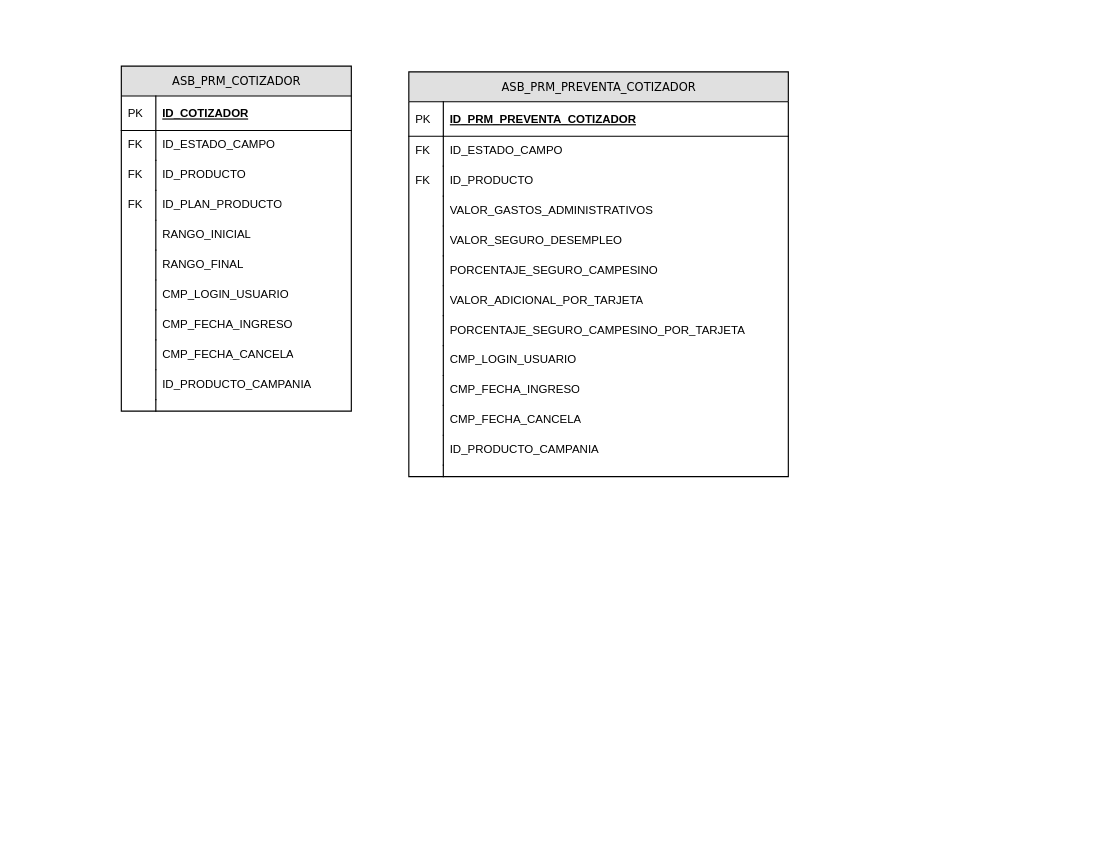
dmateoval/Diagramas keeps this draw.io diagram as Diagrama_ER_Cotizador.drawio. Above is the earlier version. Source tidied: cells renumbered, new cells numbered last; positions are measured from the earlier drawing's top-left corner, leaving out a move shared by most shapes. Both pictures are drawn from the tidied source at 115%, with x=0, y=0 at pixel (121, 66).
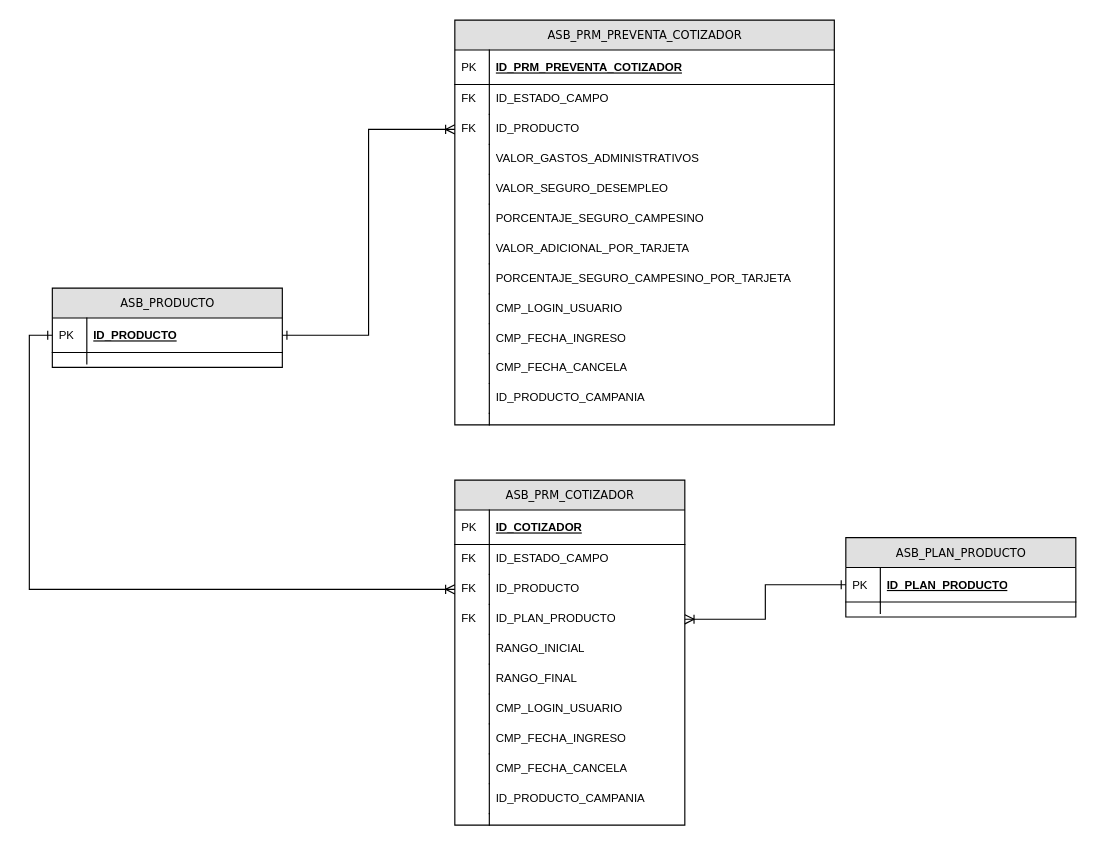
Above is the later version.

The change refers to these unchanged cells:
```xml
<mxCell id="7" value="ID_PRODUCTO" style="shape=partialRectangle;top=0;left=0;right=0;bottom=0;html=1;align=left;verticalAlign=top;fillColor=none;spacingLeft=34;spacingRight=4;whiteSpace=wrap;overflow=hidden;points=[[0,0.5],[1,0.5]];portConstraint=eastwest;fontSize=10;" parent="2" vertex="1">
  <mxGeometry y="82" width="200" height="26" as="geometry" />
</mxCell>
<mxCell id="9" value="ID_PLAN_PRODUCTO" style="shape=partialRectangle;top=0;left=0;right=0;bottom=0;html=1;align=left;verticalAlign=top;fillColor=none;spacingLeft=34;spacingRight=4;whiteSpace=wrap;overflow=hidden;points=[[0,0.5],[1,0.5]];portConstraint=eastwest;fontSize=10;" parent="2" vertex="1">
  <mxGeometry y="108" width="200" height="26" as="geometry" />
</mxCell>
<mxCell id="30" value="ID_PRODUCTO" style="shape=partialRectangle;top=0;left=0;right=0;bottom=0;html=1;align=left;verticalAlign=top;fillColor=none;spacingLeft=34;spacingRight=4;whiteSpace=wrap;overflow=hidden;points=[[0,0.5],[1,0.5]];portConstraint=eastwest;fontSize=10;" parent="25" vertex="1">
  <mxGeometry y="82" width="330" height="26" as="geometry" />
</mxCell>
```

Change to the diagram source:
```diff
@@
     <mxCell id="2" value="ASB_PRM_COTIZADOR" style="swimlane;html=1;fontStyle=0;horizontal=1;startSize=26;fillColor=#e0e0e0;swimlaneFillColor=#ffffff;align=center;rounded=0;shadow=0;comic=0;labelBackgroundColor=none;strokeWidth=1;fontFamily=Verdana;fontSize=10;" parent="1" vertex="1">
-      <mxGeometry width="200" height="300" as="geometry" />
+      <mxGeometry x="290" y="360" width="200" height="300" as="geometry" />
     </mxCell>
@@
     <mxCell id="25" value="ASB_PRM_PREVENTA_COTIZADOR" style="swimlane;html=1;fontStyle=0;horizontal=1;startSize=26;fillColor=#e0e0e0;swimlaneFillColor=#ffffff;align=center;rounded=0;shadow=0;comic=0;labelBackgroundColor=none;strokeWidth=1;fontFamily=Verdana;fontSize=10;" parent="1" vertex="1">
-      <mxGeometry x="250" y="5" width="330" height="352" as="geometry" />
+      <mxGeometry x="290" y="-40" width="330" height="352" as="geometry" />
     </mxCell>
@@
+    <mxCell id="52" value="ASB_PRODUCTO" style="swimlane;html=1;fontStyle=0;horizontal=1;startSize=26;fillColor=#e0e0e0;swimlaneFillColor=#ffffff;align=center;rounded=0;shadow=0;comic=0;labelBackgroundColor=none;strokeWidth=1;fontFamily=Verdana;fontSize=10;" parent="1" vertex="1">
+      <mxGeometry x="-60" y="193" width="200" height="69" as="geometry" />
+    </mxCell>
+    <mxCell id="53" value="ID_PRODUCTO" style="shape=partialRectangle;top=0;left=0;right=0;bottom=1;html=1;align=left;verticalAlign=middle;fillColor=none;spacingLeft=34;spacingRight=4;whiteSpace=wrap;overflow=hidden;points=[[0,0.5],[1,0.5]];portConstraint=eastwest;fontStyle=5;fontSize=10;" parent="52" vertex="1">
+      <mxGeometry y="26" width="200" height="30" as="geometry" />
+    </mxCell>
+    <mxCell id="54" value="PK" style="shape=partialRectangle;top=0;left=0;bottom=0;html=1;fillColor=none;align=left;verticalAlign=middle;spacingLeft=4;spacingRight=4;whiteSpace=wrap;overflow=hidden;fontSize=10;" parent="53" vertex="1">
+      <mxGeometry width="30" height="30" as="geometry" />
+    </mxCell>
+    <mxCell id="55" style="shape=partialRectangle;top=0;left=0;right=0;bottom=0;html=1;align=left;verticalAlign=top;fillColor=none;spacingLeft=34;spacingRight=4;whiteSpace=wrap;overflow=hidden;" parent="52" vertex="1">
+      <mxGeometry y="56" width="200" height="10" as="geometry" />
+    </mxCell>
+    <mxCell id="56" style="shape=partialRectangle;top=0;left=0;bottom=0;html=1;fillColor=none;align=left;verticalAlign=top;spacingLeft=4;spacingRight=4;whiteSpace=wrap;overflow=hidden;" parent="55" vertex="1">
+      <mxGeometry width="30" height="10" as="geometry" />
+    </mxCell>
+    <mxCell id="57" value="ASB_PLAN_PRODUCTO" style="swimlane;html=1;fontStyle=0;horizontal=1;startSize=26;fillColor=#e0e0e0;swimlaneFillColor=#ffffff;align=center;rounded=0;shadow=0;comic=0;labelBackgroundColor=none;strokeWidth=1;fontFamily=Verdana;fontSize=10;" parent="1" vertex="1">
+      <mxGeometry x="630" y="410" width="200" height="69" as="geometry" />
+    </mxCell>
+    <mxCell id="58" value="ID_PLAN_PRODUCTO" style="shape=partialRectangle;top=0;left=0;right=0;bottom=1;html=1;align=left;verticalAlign=middle;fillColor=none;spacingLeft=34;spacingRight=4;whiteSpace=wrap;overflow=hidden;points=[[0,0.5],[1,0.5]];portConstraint=eastwest;fontStyle=5;fontSize=10;" parent="57" vertex="1">
+      <mxGeometry y="26" width="200" height="30" as="geometry" />
+    </mxCell>
+    <mxCell id="59" value="PK" style="shape=partialRectangle;top=0;left=0;bottom=0;html=1;fillColor=none;align=left;verticalAlign=middle;spacingLeft=4;spacingRight=4;whiteSpace=wrap;overflow=hidden;fontSize=10;" parent="58" vertex="1">
+      <mxGeometry width="30" height="30" as="geometry" />
+    </mxCell>
+    <mxCell id="60" style="shape=partialRectangle;top=0;left=0;right=0;bottom=0;html=1;align=left;verticalAlign=top;fillColor=none;spacingLeft=34;spacingRight=4;whiteSpace=wrap;overflow=hidden;" parent="57" vertex="1">
+      <mxGeometry y="56" width="200" height="10" as="geometry" />
+    </mxCell>
+    <mxCell id="61" style="shape=partialRectangle;top=0;left=0;bottom=0;html=1;fillColor=none;align=left;verticalAlign=top;spacingLeft=4;spacingRight=4;whiteSpace=wrap;overflow=hidden;" parent="60" vertex="1">
+      <mxGeometry width="30" height="10" as="geometry" />
+    </mxCell>
+    <mxCell id="62" style="edgeStyle=orthogonalEdgeStyle;rounded=0;jettySize=auto;html=1;exitX=0;exitY=0.5;exitDx=0;exitDy=0;entryX=0;entryY=0.5;entryDx=0;entryDy=0;endArrow=ERoneToMany;endFill=0;startArrow=ERone;startFill=0;" parent="1" edge="1" source="53" target="7">
+      <mxGeometry relative="1" as="geometry" />
+    </mxCell>
+    <mxCell id="63" style="edgeStyle=orthogonalEdgeStyle;rounded=0;jettySize=auto;html=1;exitX=1;exitY=0.5;exitDx=0;exitDy=0;entryX=0;entryY=0.5;entryDx=0;entryDy=0;endArrow=ERoneToMany;endFill=0;startArrow=ERone;startFill=0;" parent="1" edge="1" source="53" target="30">
+      <mxGeometry relative="1" as="geometry" />
+    </mxCell>
+    <mxCell id="64" style="edgeStyle=orthogonalEdgeStyle;rounded=0;jettySize=auto;html=1;exitX=0;exitY=0.5;exitDx=0;exitDy=0;startArrow=ERone;startFill=0;endArrow=ERoneToMany;endFill=0;" parent="1" edge="1" source="58" target="9">
+      <mxGeometry relative="1" as="geometry" />
+    </mxCell>
```
